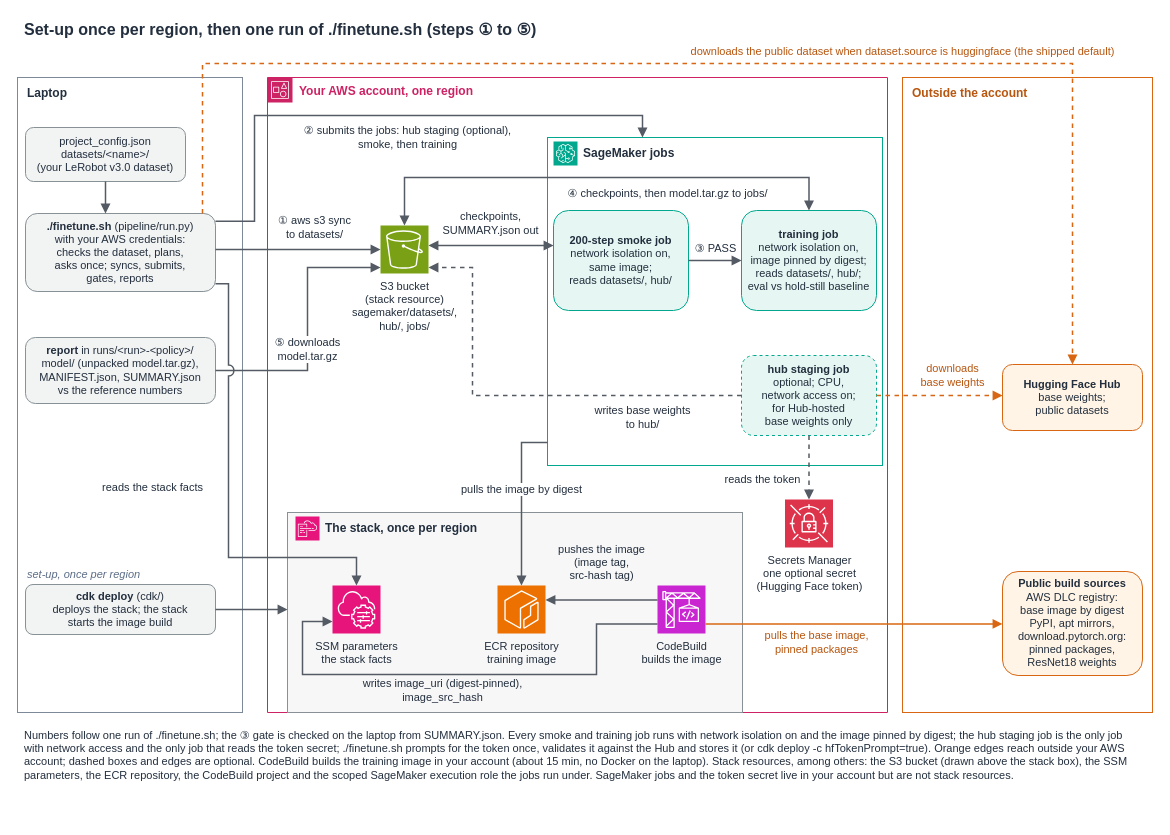
Before: docs/architecture.drawio in aws-samples/sample-lerobot-policy-finetuning-on-sagemaker, a draw.io diagram. Source tidied: cells renumbered, new cells numbered last; positions are measured from the earlier drawing's top-left corner, leaving out a move shared by most shapes. Both pictures are drawn from the tidied source at 100%, with x=0, y=0 at pixel (17, 17).
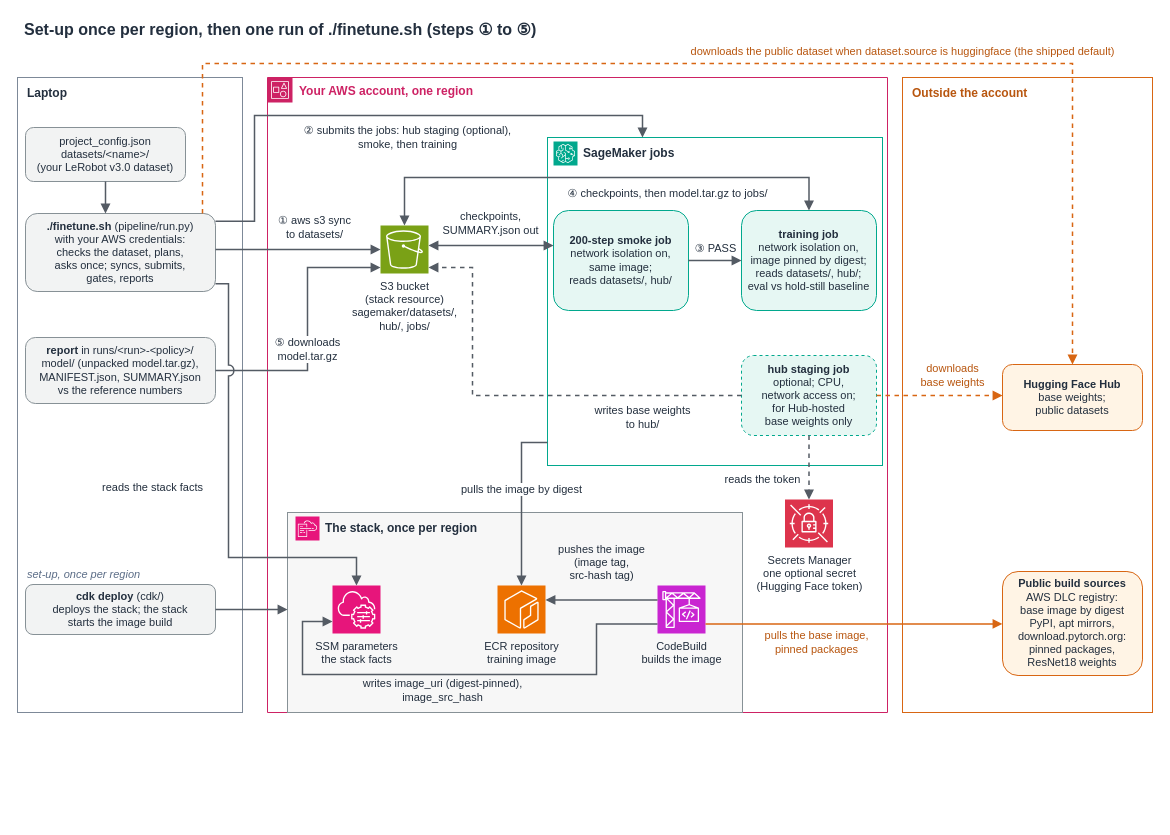
Above is the later version.

Commit message (it also covers changes not shown here):
Diagram without the footnote paragraph; How it works set-up paragraph corrected; --dry-run with a gated policy only reports the token state

The edit, as a diff of the source:
```diff
@@
-    <mxCell id="25" value="Numbers follow one run of ./finetune.sh; the &amp;#9314; gate is checked on the laptop from SUMMARY.json. Every smoke and training job runs with network isolation on and the image pinned by digest; the hub staging job is the only job with network access and the only job that reads the token secret; ./finetune.sh prompts for the token once, validates it against the Hub and stores it (or cdk deploy -c hfTokenPrompt=true). Orange edges reach outside your AWS account; dashed boxes and edges are optional. CodeBuild builds the training image in your account (about 15 min, no Docker on the laptop). Stack resources, among others: the S3 bucket (drawn above the stack box), the SSM parameters, the ECR repository, the CodeBuild project and the scoped SageMaker execution role the jobs run under. SageMaker jobs and the token secret live in your account but are not stack resources." style="text;html=1;align=left;verticalAlign=top;whiteSpace=wrap;fontSize=11;fontColor=#232F3E;spacing=2;" parent="1" vertex="1">
-      <mxGeometry x="5" y="705" width="1120" height="96" as="geometry" />
-    </mxCell>
```
